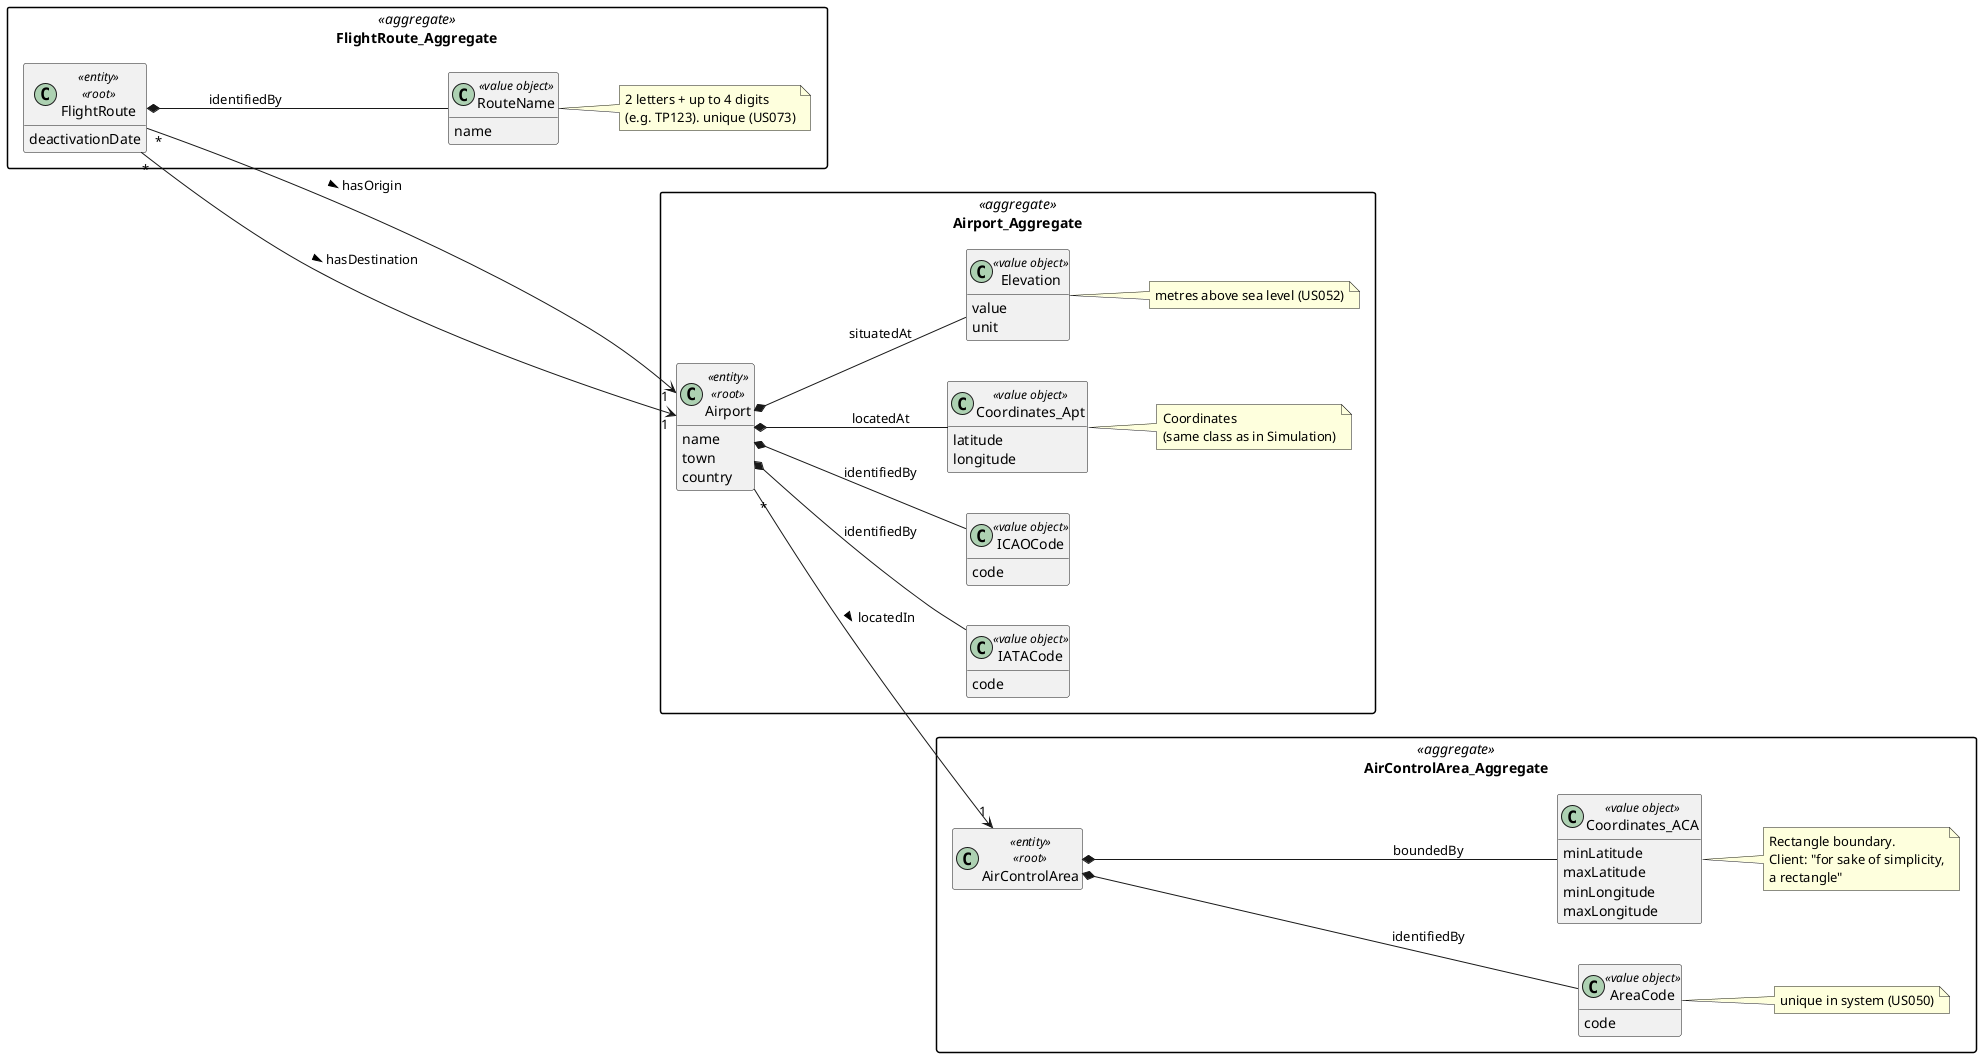
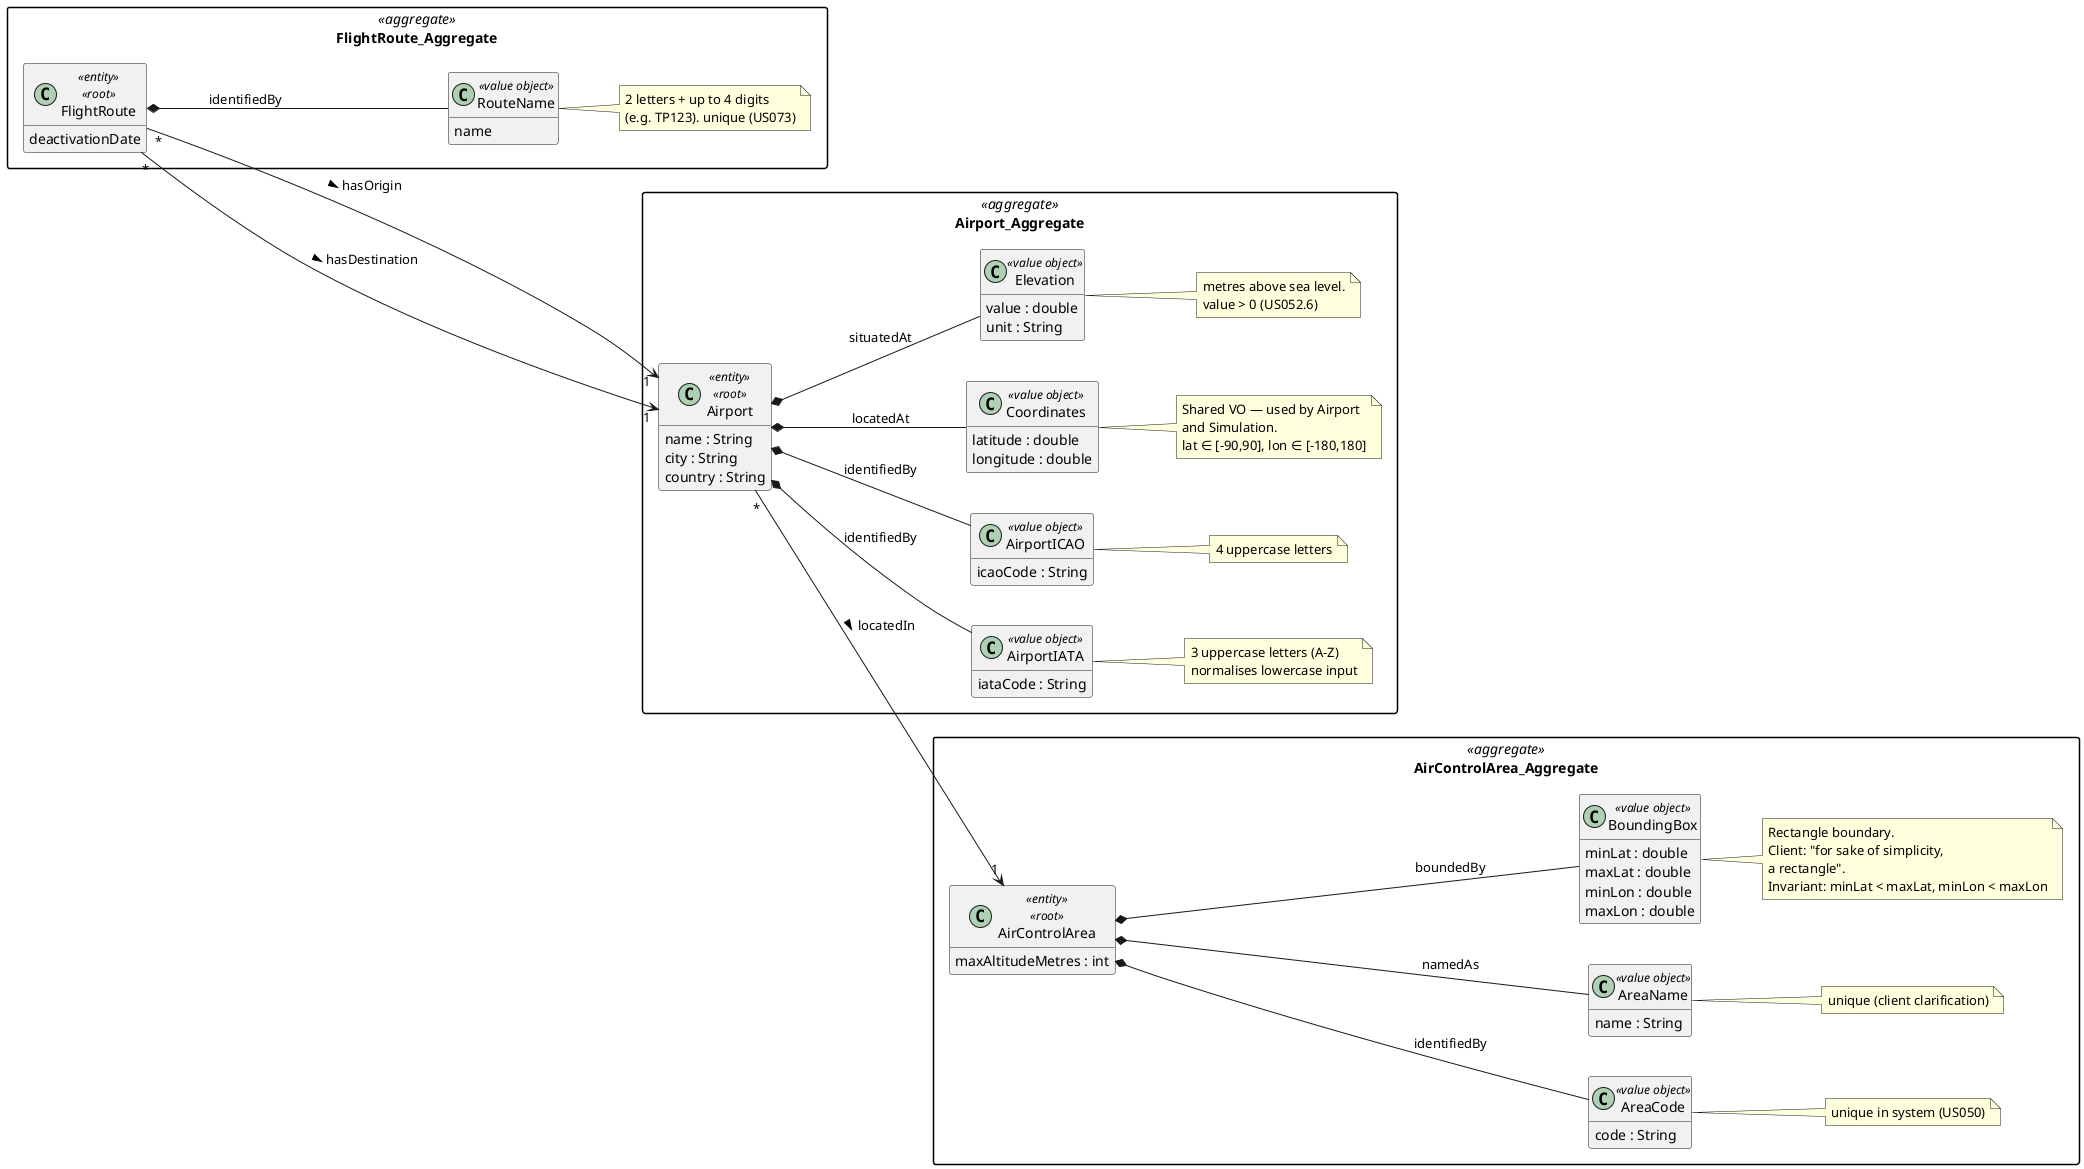
@startuml airport_aggregate
left to right direction
skinparam packageStyle rectangle
skinparam nodesep 40
skinparam ranksep 60
hide empty members

package "AirControlArea_Aggregate" <<aggregate>> {
  class AirControlArea <<entity>> <<root>> {
+     maxAltitudeMetres : int
  }
  class AreaCode <<value object>> {
-     code
+     code : String
  }
  note right of AreaCode : unique in system (US050)
-   class Coordinates_ACA <<value object>> {
-     minLatitude
-     maxLatitude
-     minLongitude
-     maxLongitude
+   class AreaName <<value object>> {
+     name : String
  }
-   note right of Coordinates_ACA : Rectangle boundary.\nClient: "for sake of simplicity,\na rectangle"
+   note right of AreaName : unique (client clarification)
+   class BoundingBox <<value object>> {
+     minLat : double
+     maxLat : double
+     minLon : double
+     maxLon : double
+   }
+   note right of BoundingBox : Rectangle boundary.\nClient: "for sake of simplicity,\na rectangle".\nInvariant: minLat < maxLat, minLon < maxLon

  AirControlArea *---- AreaCode : identifiedBy
-   AirControlArea *---- Coordinates_ACA : boundedBy
+   AirControlArea *---- AreaName : namedAs
+   AirControlArea *---- BoundingBox : boundedBy
}

package "Airport_Aggregate" <<aggregate>> {
  class Airport <<entity>> <<root>> {
-     name
-     town
-     country
+     name : String
+     city : String
+     country : String
  }
-   class IATACode <<value object>> {
-     code
+   class AirportIATA <<value object>> {
+     iataCode : String
  }
-   class ICAOCode <<value object>> {
-     code
+   note right of AirportIATA : 3 uppercase letters (A-Z)\nnormalises lowercase input
+   class AirportICAO <<value object>> {
+     icaoCode : String
  }
-   class Coordinates_Apt <<value object>> {
-     latitude
-     longitude
+   note right of AirportICAO : 4 uppercase letters
+   class Coordinates <<value object>> {
+     latitude : double
+     longitude : double
  }
-   note right of Coordinates_Apt : Coordinates\n(same class as in Simulation)
+   note right of Coordinates : Shared VO — used by Airport\nand Simulation.\nlat ∈ [-90,90], lon ∈ [-180,180]
  class Elevation <<value object>> {
-     value
-     unit
+     value : double
+     unit : String
  }
-   note right of Elevation : metres above sea level (US052)
-   Airport *-- IATACode : identifiedBy
-   Airport *-- ICAOCode : identifiedBy
-   Airport *-- Coordinates_Apt : locatedAt
+   note right of Elevation : metres above sea level.\nvalue > 0 (US052.6)
+   Airport *-- AirportIATA : identifiedBy
+   Airport *-- AirportICAO : identifiedBy
+   Airport *-- Coordinates : locatedAt
  Airport *-- Elevation : situatedAt
}


package "FlightRoute_Aggregate" <<aggregate>> {
  class FlightRoute <<entity>> <<root>> {
    deactivationDate
  }
  class RouteName <<value object>> {
    name
  }
  note right of RouteName : 2 letters + up to 4 digits\n(e.g. TP123). unique (US073)
  FlightRoute *--- RouteName : identifiedBy
}


Airport "*" --> "1" AirControlArea : locatedIn >

FlightRoute "*" ---> "1" Airport : hasOrigin >
FlightRoute "*" ----> "1" Airport : hasDestination >


- @enduml+ @enduml
